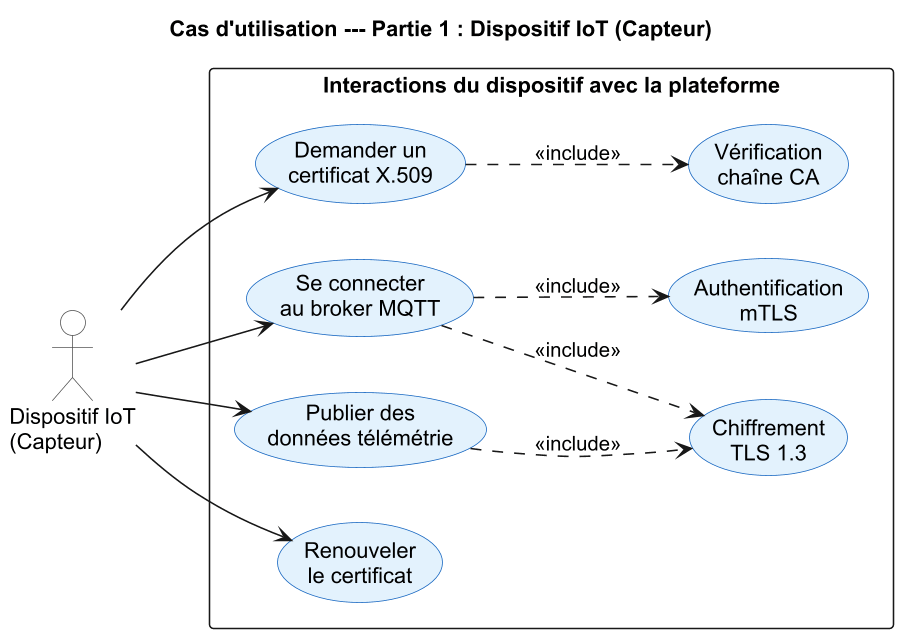
AmineGhannouchi/PFE-IoT-Security-TT keeps this PlantUML diagram as documentation/rapport4/diagrams/diag-uc-part1.png. Above is the earlier version. Source of this version:
```plantuml
@startuml diag-uc-part1
skinparamlocked dpi 150

skinparam backgroundColor #FFFFFF
skinparam defaultFontName Arial
skinparam shadowing false
skinparam usecase {
  BackgroundColor #E3F2FD
  BorderColor #1565C0
}
skinparam actor {
  BackgroundColor #FAFAFA
  BorderColor #555555
}

title Cas d'utilisation --- Partie 1 : Dispositif IoT (Capteur)

left to right direction

actor "Dispositif IoT\n(Capteur)" as DEV

rectangle "Interactions du dispositif avec la plateforme" {
  usecase "Demander un\ncertificat X.509" as UC1
  usecase "Se connecter\nau broker MQTT" as UC2
  usecase "Publier des\ndonnées télémétrie" as UC3
  usecase "Renouveler\nle certificat" as UC4

  usecase "Vérification\nchaîne CA" as UC_VERIF
  usecase "Authentification\nmTLS" as UC_AUTH
  usecase "Chiffrement\nTLS 1.3" as UC_TLS
}

DEV --> UC1
DEV --> UC2
DEV --> UC3
DEV --> UC4

UC1 ..> UC_VERIF : <<include>>
UC2 ..> UC_AUTH  : <<include>>
UC2 ..> UC_TLS   : <<include>>
UC3 ..> UC_TLS   : <<include>>

@enduml
```
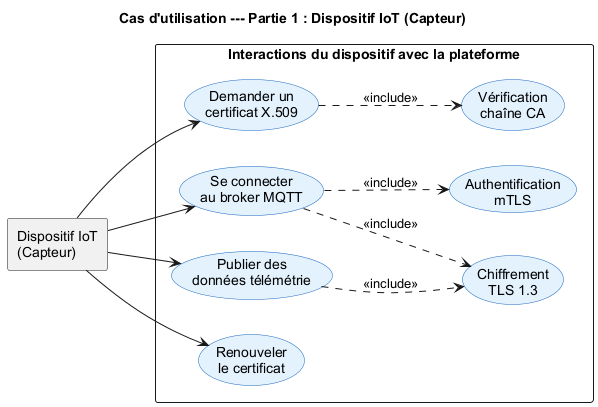
After the change.

What changed in the source:
```diff
@@ -1,5 +1,4 @@
 @startuml diag-uc-part1
-skinparamlocked dpi 150
 
 skinparam backgroundColor #FFFFFF
 skinparam defaultFontName Arial
@@ -17,7 +16,7 @@
 
 left to right direction
 
-actor "Dispositif IoT\n(Capteur)" as DEV
+rectangle "Dispositif IoT\n(Capteur)" as DEV
 
 rectangle "Interactions du dispositif avec la plateforme" {
   usecase "Demander un\ncertificat X.509" as UC1
```
